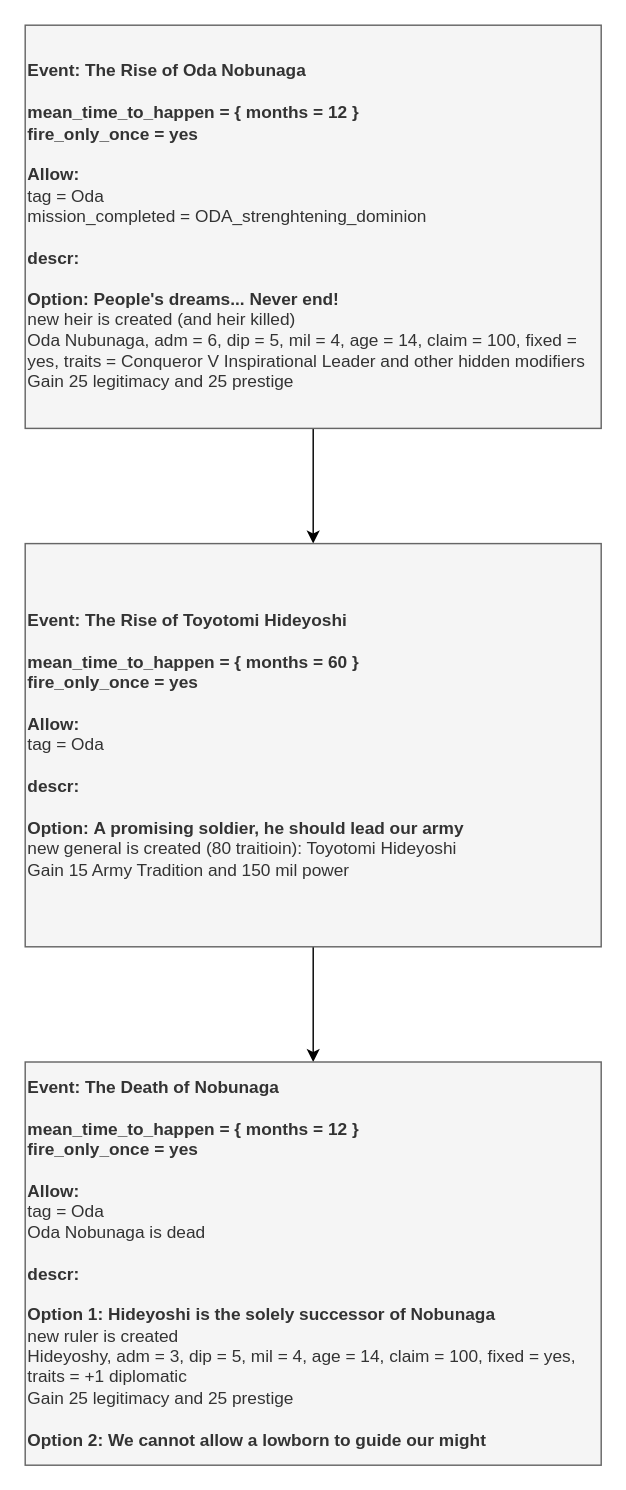
Earlier version of the draw.io diagram page "Events" (2 of 2) of Oda/Oda.drawio (Melvasul/Missions-Expanded). Source tidied: cells renumbered, new cells numbered last; positions are measured from the earlier drawing's top-left corner, leaving out a move shared by most shapes. Both pictures are drawn from the tidied source at 144%, with x=0, y=0 at pixel (24, 24).
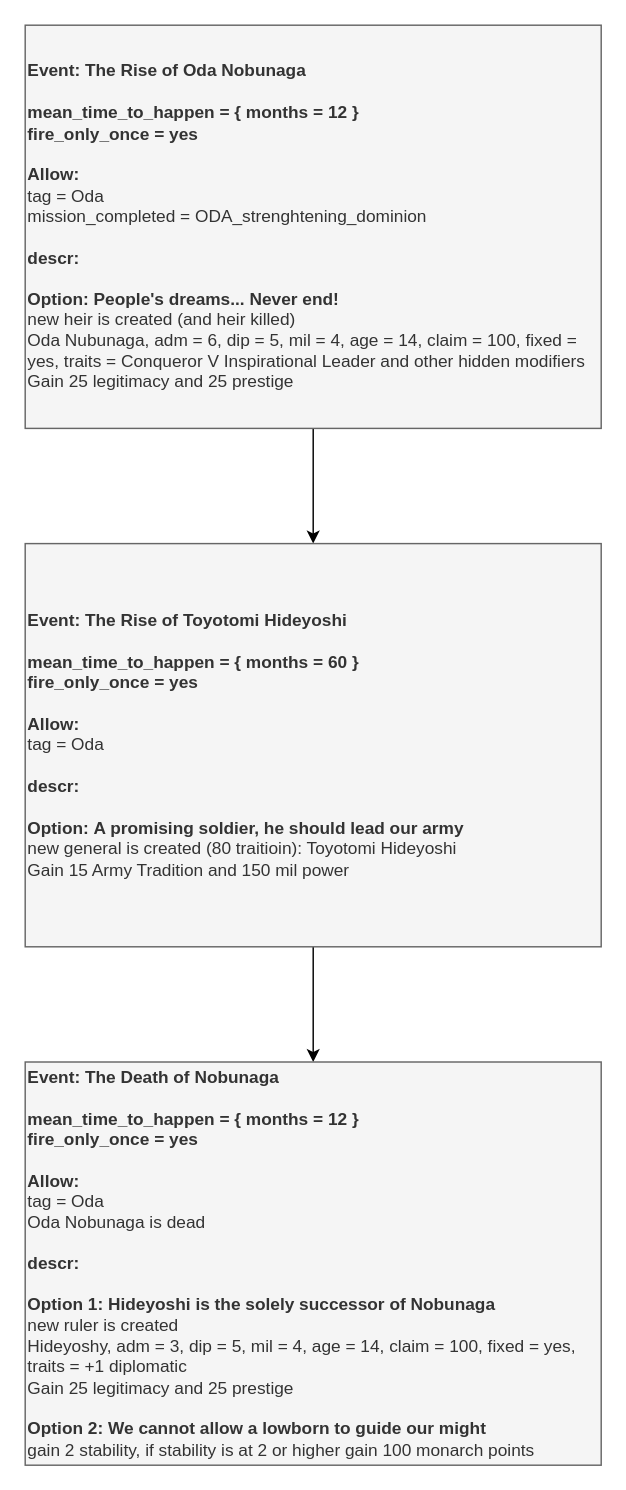
After the change.

Change to the diagram source:
```diff
@@
 <mxGraphModel>
   <root>
     <mxCell id="0" />
     <mxCell id="1" parent="0" />
     <mxCell id="2" style="edgeStyle=orthogonalEdgeStyle;rounded=1;jettySize=auto;html=1;" parent="1" edge="1" source="3" target="5">
       <mxGeometry relative="1" as="geometry" />
     </mxCell>
     <mxCell id="3" value="&lt;div&gt;&lt;b&gt;Event: The Rise of Oda Nobunaga&lt;/b&gt;&lt;/div&gt;&lt;div&gt;&lt;b&gt;&lt;br&gt;&lt;/b&gt;&lt;/div&gt;&lt;div&gt;&lt;b&gt;mean_time_to_happen = {&amp;nbsp;&lt;/b&gt;&lt;b&gt;months = 12&amp;nbsp;&lt;/b&gt;&lt;b&gt;&lt;span&gt;}&lt;/span&gt;&lt;/b&gt;&lt;/div&gt;&lt;div&gt;&lt;b&gt;fire_only_once = yes&lt;/b&gt;&lt;br&gt;&lt;/div&gt;&lt;div&gt;&lt;b&gt;&lt;br&gt;&lt;/b&gt;&lt;/div&gt;&lt;div&gt;&lt;b&gt;Allow:&lt;/b&gt;&lt;/div&gt;&lt;div&gt;tag = Oda&lt;/div&gt;&lt;div&gt;mission_completed = ODA_strenghtening_dominion&lt;/div&gt;&lt;div&gt;&lt;b&gt;&lt;br&gt;descr:&lt;/b&gt;&lt;/div&gt;&lt;div&gt;&lt;div align=&quot;left&quot;&gt;&lt;br&gt;&lt;/div&gt;&lt;div align=&quot;left&quot;&gt;&lt;b&gt;Option:&amp;nbsp;&lt;/b&gt;&lt;span&gt;&lt;b&gt;People's dreams... Never end!&lt;/b&gt;&lt;/span&gt;&lt;/div&gt;&lt;/div&gt;&lt;div align=&quot;left&quot;&gt;new heir is created (and heir killed)&lt;/div&gt;&lt;div align=&quot;left&quot;&gt;Oda Nubunaga, adm = 6, dip = 5, mil = 4, age = 14, claim = 100, fixed = yes, traits = Conqueror V Inspirational Leader and other hidden modifiers&lt;/div&gt;&lt;div align=&quot;left&quot;&gt;Gain 25 legitimacy and 25 prestige&lt;/div&gt;" style="rounded=0;whiteSpace=wrap;html=1;align=left;fillColor=#f5f5f5;strokeColor=#666666;fontColor=#333333;" parent="1" vertex="1">
       <mxGeometry width="400" height="280" as="geometry" />
     </mxCell>
     <mxCell id="4" style="edgeStyle=orthogonalEdgeStyle;rounded=1;jettySize=auto;html=1;" parent="1" edge="1" source="5" target="6">
       <mxGeometry relative="1" as="geometry" />
     </mxCell>
     <mxCell id="5" value="&lt;div&gt;&lt;b&gt;Event: The Rise of Toyotomi Hideyoshi&lt;/b&gt;&lt;/div&gt;&lt;div&gt;&lt;b&gt;&lt;br&gt;&lt;/b&gt;&lt;/div&gt;&lt;div&gt;&lt;b&gt;mean_time_to_happen = {&amp;nbsp;&lt;/b&gt;&lt;b&gt;months = 60&amp;nbsp;&lt;/b&gt;&lt;b&gt;&lt;span&gt;}&lt;/span&gt;&lt;/b&gt;&lt;/div&gt;&lt;div&gt;&lt;b&gt;fire_only_once = yes&lt;/b&gt;&lt;br&gt;&lt;/div&gt;&lt;div&gt;&lt;b&gt;&lt;br&gt;&lt;/b&gt;&lt;/div&gt;&lt;div&gt;&lt;b&gt;Allow:&lt;/b&gt;&lt;/div&gt;&lt;div&gt;tag = Oda&lt;/div&gt;&lt;div&gt;&lt;b&gt;&lt;br&gt;descr:&lt;/b&gt;&lt;/div&gt;&lt;div&gt;&lt;div align=&quot;left&quot;&gt;&lt;br&gt;&lt;/div&gt;&lt;div align=&quot;left&quot;&gt;&lt;b&gt;Option:&amp;nbsp;&lt;/b&gt;&lt;span&gt;&lt;b&gt;A promising soldier, he should lead our army&lt;/b&gt;&lt;/span&gt;&lt;/div&gt;&lt;/div&gt;&lt;div align=&quot;left&quot;&gt;new general is created (80 traitioin): Toyotomi Hideyoshi&lt;/div&gt;&lt;div align=&quot;left&quot;&gt;Gain 15 Army Tradition and 150 mil power&lt;/div&gt;" style="rounded=0;whiteSpace=wrap;html=1;align=left;fillColor=#f5f5f5;strokeColor=#666666;fontColor=#333333;" parent="1" vertex="1">
       <mxGeometry y="360" width="400" height="280" as="geometry" />
     </mxCell>
-    <mxCell id="6" value="&lt;div&gt;&lt;b&gt;Event: The Death of Nobunaga&lt;/b&gt;&lt;/div&gt;&lt;div&gt;&lt;b&gt;&lt;br&gt;&lt;/b&gt;&lt;/div&gt;&lt;div&gt;&lt;b&gt;mean_time_to_happen = {&amp;nbsp;&lt;/b&gt;&lt;b&gt;months = 12&amp;nbsp;&lt;/b&gt;&lt;b&gt;&lt;span&gt;}&lt;/span&gt;&lt;/b&gt;&lt;/div&gt;&lt;div&gt;&lt;b&gt;fire_only_once = yes&lt;/b&gt;&lt;br&gt;&lt;/div&gt;&lt;div&gt;&lt;b&gt;&lt;br&gt;&lt;/b&gt;&lt;/div&gt;&lt;div&gt;&lt;b&gt;Allow:&lt;/b&gt;&lt;/div&gt;&lt;div&gt;tag = Oda&lt;/div&gt;&lt;div&gt;Oda Nobunaga is dead&lt;/div&gt;&lt;div&gt;&lt;b&gt;&lt;br&gt;descr:&lt;/b&gt;&lt;/div&gt;&lt;div&gt;&lt;div align=&quot;left&quot;&gt;&lt;br&gt;&lt;/div&gt;&lt;div align=&quot;left&quot;&gt;&lt;b&gt;Option 1:&amp;nbsp;&lt;/b&gt;&lt;span&gt;&lt;b&gt;Hideyoshi is the solely successor of Nobunaga&lt;/b&gt;&lt;/span&gt;&lt;/div&gt;&lt;/div&gt;&lt;div align=&quot;left&quot;&gt;new ruler is created&lt;/div&gt;&lt;div align=&quot;left&quot;&gt;Hideyoshy, adm = 3, dip = 5, mil = 4, age = 14, claim = 100, fixed = yes, traits = +1 diplomatic&lt;/div&gt;&lt;div align=&quot;left&quot;&gt;Gain 25 legitimacy and 25 prestige&lt;/div&gt;&lt;div align=&quot;left&quot;&gt;&lt;br&gt;&lt;/div&gt;&lt;div align=&quot;left&quot;&gt;&lt;b&gt;Option 2: We cannot allow a lowborn to guide our might&lt;/b&gt;&lt;/div&gt;" style="rounded=0;whiteSpace=wrap;html=1;align=left;fillColor=#f5f5f5;strokeColor=#666666;fontColor=#333333;" parent="1" vertex="1">
+    <mxCell id="6" value="&lt;div&gt;&lt;b&gt;Event: The Death of Nobunaga&lt;/b&gt;&lt;/div&gt;&lt;div&gt;&lt;b&gt;&lt;br&gt;&lt;/b&gt;&lt;/div&gt;&lt;div&gt;&lt;b&gt;mean_time_to_happen = {&amp;nbsp;&lt;/b&gt;&lt;b&gt;months = 12&amp;nbsp;&lt;/b&gt;&lt;b&gt;&lt;span&gt;}&lt;/span&gt;&lt;/b&gt;&lt;/div&gt;&lt;div&gt;&lt;b&gt;fire_only_once = yes&lt;/b&gt;&lt;br&gt;&lt;/div&gt;&lt;div&gt;&lt;b&gt;&lt;br&gt;&lt;/b&gt;&lt;/div&gt;&lt;div&gt;&lt;b&gt;Allow:&lt;/b&gt;&lt;/div&gt;&lt;div&gt;tag = Oda&lt;/div&gt;&lt;div&gt;Oda Nobunaga is dead&lt;/div&gt;&lt;div&gt;&lt;b&gt;&lt;br&gt;descr:&lt;/b&gt;&lt;/div&gt;&lt;div&gt;&lt;div align=&quot;left&quot;&gt;&lt;br&gt;&lt;/div&gt;&lt;div align=&quot;left&quot;&gt;&lt;b&gt;Option 1:&amp;nbsp;&lt;/b&gt;&lt;span&gt;&lt;b&gt;Hideyoshi is the solely successor of Nobunaga&lt;/b&gt;&lt;/span&gt;&lt;/div&gt;&lt;/div&gt;&lt;div align=&quot;left&quot;&gt;new ruler is created&lt;/div&gt;&lt;div align=&quot;left&quot;&gt;Hideyoshy, adm = 3, dip = 5, mil = 4, age = 14, claim = 100, fixed = yes, traits = +1 diplomatic&lt;/div&gt;&lt;div align=&quot;left&quot;&gt;Gain 25 legitimacy and 25 prestige&lt;/div&gt;&lt;div align=&quot;left&quot;&gt;&lt;br&gt;&lt;/div&gt;&lt;div align=&quot;left&quot;&gt;&lt;b&gt;Option 2: We cannot allow a lowborn to guide our might&lt;/b&gt;&lt;/div&gt;&lt;div align=&quot;left&quot;&gt;gain 2 stability, if stability is at 2 or higher gain 100 monarch points&lt;/div&gt;" style="rounded=0;whiteSpace=wrap;html=1;align=left;fillColor=#f5f5f5;strokeColor=#666666;fontColor=#333333;" parent="1" vertex="1">
       <mxGeometry y="720" width="400" height="280" as="geometry" />
     </mxCell>
   </root>
 </mxGraphModel>
```
